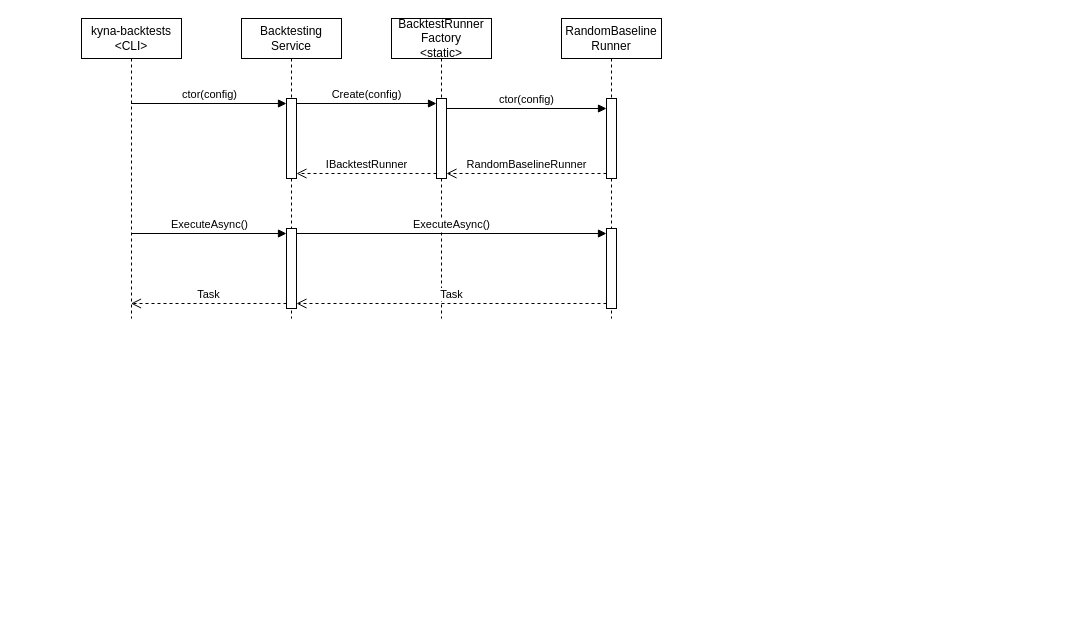
This is page "Backtesting" (7 of 11) of docs/drawio/Kyna.drawio from vicsharp-shibusa/kyna, a draw.io file, before an edit. Source tidied: cells renumbered, new cells numbered last; positions are measured from the earlier drawing's top-left corner, leaving out a move shared by most shapes. Both pictures are drawn from the tidied source at 100%, with x=0, y=0 at pixel (81, 18).
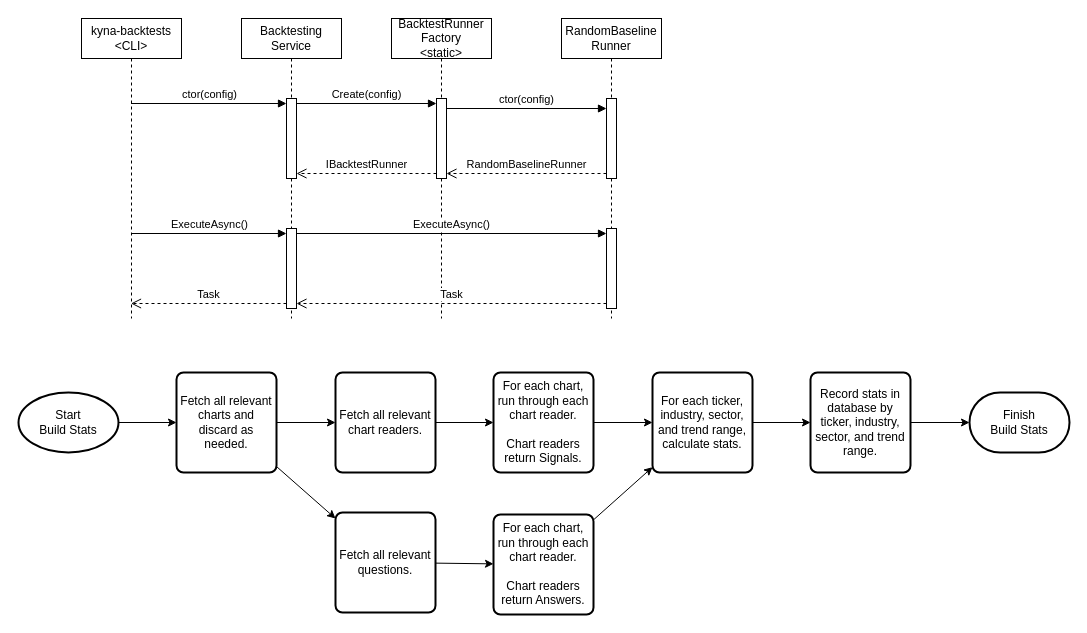
After the change.

Change to the diagram source:
```diff
@@
+    <mxCell id="20" style="edgeStyle=orthogonalEdgeStyle;rounded=0;jettySize=auto;html=1;" parent="1" edge="1" source="21" target="24">
+      <mxGeometry relative="1" as="geometry" />
+    </mxCell>
+    <mxCell id="21" value="Start&lt;br&gt;Build Stats" style="strokeWidth=2;html=1;shape=mxgraph.flowchart.start_1;whiteSpace=wrap;" parent="1" vertex="1">
+      <mxGeometry x="-63" y="374" width="100" height="60" as="geometry" />
+    </mxCell>
+    <mxCell id="22" style="edgeStyle=orthogonalEdgeStyle;rounded=0;jettySize=auto;html=1;" parent="1" edge="1" source="24" target="26">
+      <mxGeometry relative="1" as="geometry" />
+    </mxCell>
+    <mxCell id="23" style="rounded=0;jettySize=auto;html=1;" parent="1" edge="1" source="24" target="35">
+      <mxGeometry relative="1" as="geometry" />
+    </mxCell>
+    <mxCell id="24" value="Fetch all relevant charts and discard as needed." style="rounded=1;whiteSpace=wrap;html=1;absoluteArcSize=1;arcSize=14;strokeWidth=2;" parent="1" vertex="1">
+      <mxGeometry x="95" y="354" width="100" height="100" as="geometry" />
+    </mxCell>
+    <mxCell id="25" style="edgeStyle=orthogonalEdgeStyle;rounded=0;jettySize=auto;html=1;" parent="1" edge="1" source="26" target="28">
+      <mxGeometry relative="1" as="geometry" />
+    </mxCell>
+    <mxCell id="26" value="Fetch all relevant chart readers." style="rounded=1;whiteSpace=wrap;html=1;absoluteArcSize=1;arcSize=14;strokeWidth=2;" parent="1" vertex="1">
+      <mxGeometry x="254" y="354" width="100" height="100" as="geometry" />
+    </mxCell>
+    <mxCell id="27" style="edgeStyle=orthogonalEdgeStyle;rounded=0;jettySize=auto;html=1;" parent="1" edge="1" source="28" target="30">
+      <mxGeometry relative="1" as="geometry" />
+    </mxCell>
+    <mxCell id="28" value="For each chart, run through each chart reader.&lt;div&gt;&lt;br&gt;&lt;/div&gt;&lt;div&gt;Chart readers return Signals.&lt;/div&gt;" style="rounded=1;whiteSpace=wrap;html=1;absoluteArcSize=1;arcSize=14;strokeWidth=2;" parent="1" vertex="1">
+      <mxGeometry x="412" y="354" width="100" height="100" as="geometry" />
+    </mxCell>
+    <mxCell id="29" style="edgeStyle=orthogonalEdgeStyle;rounded=0;jettySize=auto;html=1;" parent="1" edge="1" source="30" target="32">
+      <mxGeometry relative="1" as="geometry" />
+    </mxCell>
+    <mxCell id="30" value="For each ticker, industry, sector, and trend range, calculate stats." style="rounded=1;whiteSpace=wrap;html=1;absoluteArcSize=1;arcSize=14;strokeWidth=2;" parent="1" vertex="1">
+      <mxGeometry x="571" y="354" width="100" height="100" as="geometry" />
+    </mxCell>
+    <mxCell id="31" style="edgeStyle=orthogonalEdgeStyle;rounded=0;jettySize=auto;html=1;" parent="1" edge="1" source="32" target="33">
+      <mxGeometry relative="1" as="geometry" />
+    </mxCell>
+    <mxCell id="32" value="Record stats in database by ticker, industry, sector, and trend range." style="rounded=1;whiteSpace=wrap;html=1;absoluteArcSize=1;arcSize=14;strokeWidth=2;" parent="1" vertex="1">
+      <mxGeometry x="729" y="354" width="100" height="100" as="geometry" />
+    </mxCell>
+    <mxCell id="33" value="Finish&lt;br&gt;Build Stats" style="strokeWidth=2;html=1;shape=mxgraph.flowchart.terminator;whiteSpace=wrap;" parent="1" vertex="1">
+      <mxGeometry x="888" y="374" width="100" height="60" as="geometry" />
+    </mxCell>
+    <mxCell id="34" style="edgeStyle=none;rounded=0;jettySize=auto;html=1;" parent="1" edge="1" source="35" target="37">
+      <mxGeometry relative="1" as="geometry" />
+    </mxCell>
+    <mxCell id="35" value="Fetch all relevant questions." style="rounded=1;whiteSpace=wrap;html=1;absoluteArcSize=1;arcSize=14;strokeWidth=2;" parent="1" vertex="1">
+      <mxGeometry x="254" y="494" width="100" height="100" as="geometry" />
+    </mxCell>
+    <mxCell id="36" style="edgeStyle=none;rounded=0;jettySize=auto;html=1;" parent="1" edge="1" source="37" target="30">
+      <mxGeometry relative="1" as="geometry" />
+    </mxCell>
+    <mxCell id="37" value="For each chart, run through each chart reader.&lt;div&gt;&lt;br&gt;&lt;/div&gt;&lt;div&gt;Chart readers return Answers.&lt;/div&gt;" style="rounded=1;whiteSpace=wrap;html=1;absoluteArcSize=1;arcSize=14;strokeWidth=2;" parent="1" vertex="1">
+      <mxGeometry x="412" y="496" width="100" height="100" as="geometry" />
+    </mxCell>
```
